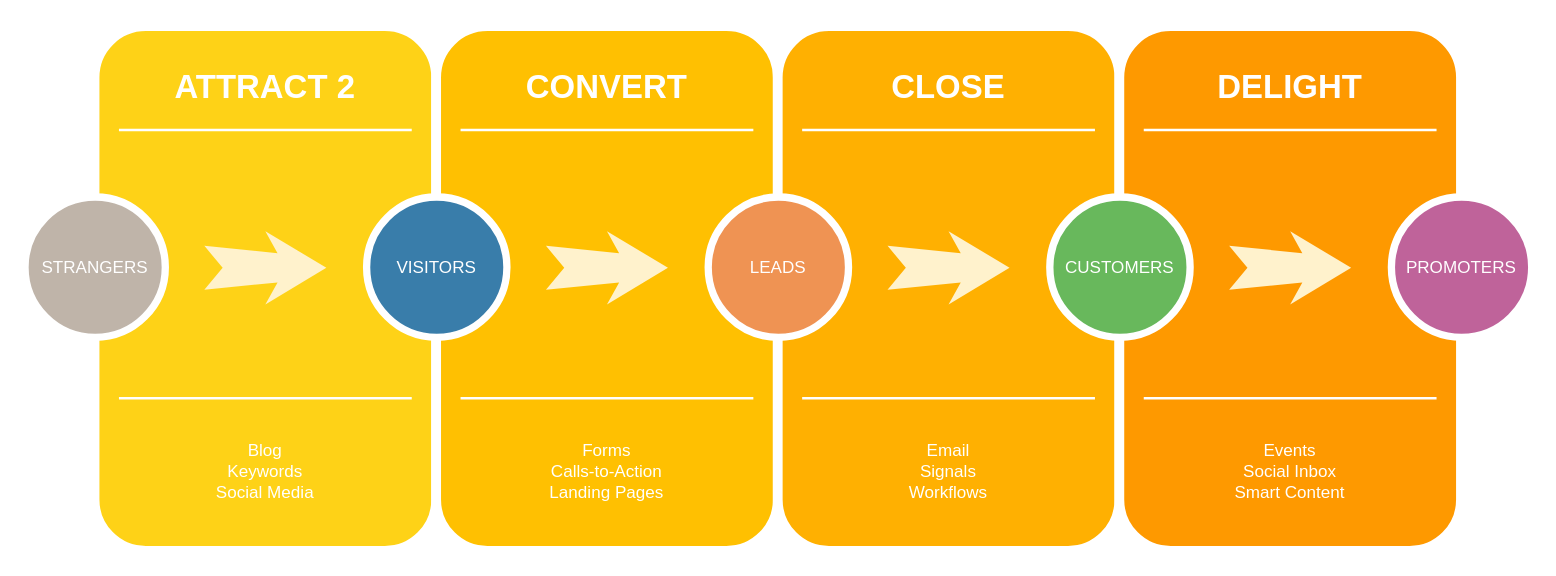
Above: Untitled Diagram.drawio in billy-pilger/quickstart-drupal (draw.io), before the change. Source tidied: cells renumbered, new cells numbered last; positions are measured from the earlier drawing's top-left corner, leaving out a move shared by most shapes. Both pictures are drawn from the tidied source at 122%, with x=0, y=0 at pixel (24, 26).
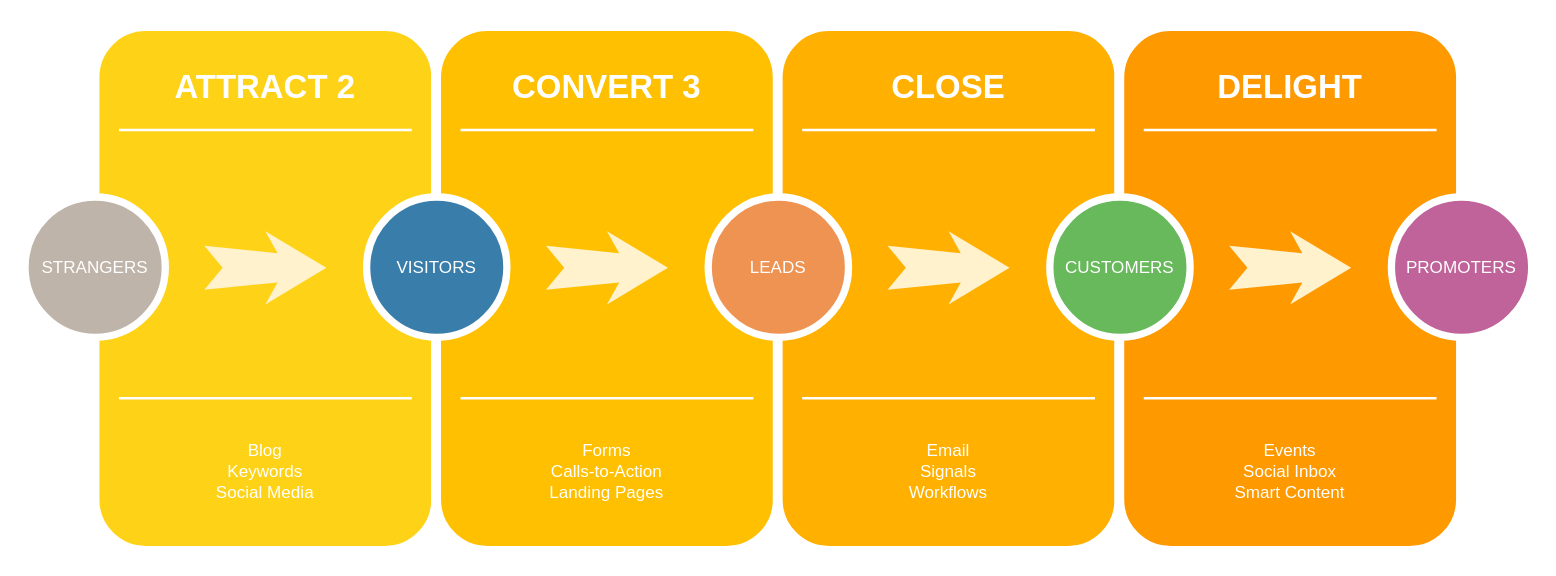
After the change.

What changed in the source:
```diff
@@
-    <mxCell id="10" value="CONVERT" style="text;html=1;strokeColor=none;fillColor=none;align=center;verticalAlign=middle;whiteSpace=wrap;rounded=0;shadow=0;fontSize=27;fontColor=#FFFFFF;fontStyle=1;" parent="1" vertex="1">
+    <mxCell id="10" value="CONVERT 3" style="text;html=1;strokeColor=none;fillColor=none;align=center;verticalAlign=middle;whiteSpace=wrap;rounded=0;shadow=0;fontSize=27;fontColor=#FFFFFF;fontStyle=1;" parent="1" vertex="1">
       <mxGeometry x="337" y="20" width="280" height="60" as="geometry" />
     </mxCell>
```
